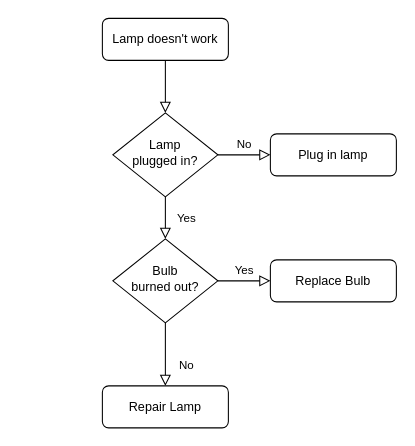
Before: Untitled Diagram.drawio in RockyLOMO/devops-java-sample, a draw.io diagram. Source tidied: cells renumbered, new cells numbered last; positions are measured from the earlier drawing's top-left corner, leaving out a move shared by most shapes. Both pictures are drawn from the tidied source at 105%, with x=0, y=0 at pixel (102, 18).
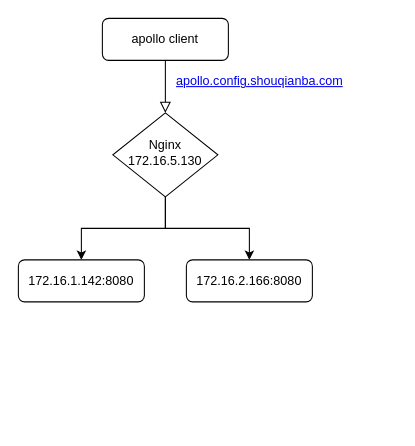
The same page after the edit.

Diff of the diagram source:
```diff
@@
 <mxGraphModel>
   <root>
     <mxCell id="0" />
     <mxCell id="1" parent="0" />
     <mxCell id="2" style="rounded=0;html=1;jettySize=auto;fontSize=11;endArrow=block;endFill=0;endSize=8;strokeWidth=1;shadow=0;labelBackgroundColor=none;edgeStyle=orthogonalEdgeStyle;" parent="1" edge="1" source="3" target="6">
       <mxGeometry relative="1" as="geometry" />
     </mxCell>
-    <mxCell id="3" value="Lamp doesn't work" style="rounded=1;whiteSpace=wrap;html=1;fontSize=12;glass=0;strokeWidth=1;shadow=0;" parent="1" vertex="1">
+    <mxCell id="3" value="apollo client" style="rounded=1;whiteSpace=wrap;html=1;fontSize=12;glass=0;strokeWidth=1;shadow=0;" parent="1" vertex="1">
       <mxGeometry width="120" height="40" as="geometry" />
     </mxCell>
-    <mxCell id="4" value="Yes" style="rounded=0;html=1;jettySize=auto;fontSize=11;endArrow=block;endFill=0;endSize=8;strokeWidth=1;shadow=0;labelBackgroundColor=none;edgeStyle=orthogonalEdgeStyle;" parent="1" edge="1" source="6" target="10">
-      <mxGeometry y="20" relative="1" as="geometry" />
-    </mxCell>
+    <mxCell id="13" style="edgeStyle=orthogonalEdgeStyle;rounded=0;jettySize=auto;html=1;" parent="1" edge="1" source="6" target="12">
+      <mxGeometry relative="1" as="geometry" />
+    </mxCell>
-    <mxCell id="5" value="No" style="edgeStyle=orthogonalEdgeStyle;rounded=0;html=1;jettySize=auto;fontSize=11;endArrow=block;endFill=0;endSize=8;strokeWidth=1;shadow=0;labelBackgroundColor=none;" parent="1" edge="1" source="6" target="7">
-      <mxGeometry y="10" relative="1" as="geometry" />
+    <mxCell id="5" style="edgeStyle=orthogonalEdgeStyle;rounded=0;jettySize=auto;html=1;entryX=0.5;entryY=0;entryDx=0;entryDy=0;" parent="1" edge="1" source="6" target="7">
+      <mxGeometry relative="1" as="geometry" />
     </mxCell>
-    <mxCell id="6" value="Lamp&lt;br&gt;plugged in?" style="rhombus;whiteSpace=wrap;html=1;shadow=0;fontFamily=Helvetica;fontSize=12;align=center;strokeWidth=1;spacing=6;spacingTop=-4;" parent="1" vertex="1">
+    <mxCell id="6" value="Nginx&lt;br&gt;172.16.5.130" style="rhombus;whiteSpace=wrap;html=1;shadow=0;fontFamily=Helvetica;fontSize=12;align=center;strokeWidth=1;spacing=6;spacingTop=-4;" parent="1" vertex="1">
       <mxGeometry x="10" y="90" width="100" height="80" as="geometry" />
     </mxCell>
-    <mxCell id="7" value="Plug in lamp" style="rounded=1;whiteSpace=wrap;html=1;fontSize=12;glass=0;strokeWidth=1;shadow=0;" parent="1" vertex="1">
-      <mxGeometry x="160" y="110" width="120" height="40" as="geometry" />
+    <mxCell id="7" value="172.16.1.142:8080" style="rounded=1;whiteSpace=wrap;html=1;fontSize=12;glass=0;strokeWidth=1;shadow=0;" parent="1" vertex="1">
+      <mxGeometry x="-80" y="230" width="120" height="40" as="geometry" />
     </mxCell>
-    <mxCell id="8" value="No" style="rounded=0;html=1;jettySize=auto;fontSize=11;endArrow=block;endFill=0;endSize=8;strokeWidth=1;shadow=0;labelBackgroundColor=none;edgeStyle=orthogonalEdgeStyle;" parent="1" edge="1" source="10" target="11">
-      <mxGeometry x="0.33" y="20" relative="1" as="geometry" />
-    </mxCell>
-    <mxCell id="9" value="Yes" style="edgeStyle=orthogonalEdgeStyle;rounded=0;html=1;jettySize=auto;fontSize=11;endArrow=block;endFill=0;endSize=8;strokeWidth=1;shadow=0;labelBackgroundColor=none;" parent="1" edge="1" source="10" target="12">
-      <mxGeometry y="10" relative="1" as="geometry" />
-    </mxCell>
-    <mxCell id="10" value="Bulb&lt;br&gt;burned out?" style="rhombus;whiteSpace=wrap;html=1;shadow=0;fontFamily=Helvetica;fontSize=12;align=center;strokeWidth=1;spacing=6;spacingTop=-4;" parent="1" vertex="1">
-      <mxGeometry x="10" y="210" width="100" height="80" as="geometry" />
-    </mxCell>
-    <mxCell id="11" value="Repair Lamp" style="rounded=1;whiteSpace=wrap;html=1;fontSize=12;glass=0;strokeWidth=1;shadow=0;" parent="1" vertex="1">
-      <mxGeometry y="350" width="120" height="40" as="geometry" />
-    </mxCell>
-    <mxCell id="12" value="Replace Bulb" style="rounded=1;whiteSpace=wrap;html=1;fontSize=12;glass=0;strokeWidth=1;shadow=0;" parent="1" vertex="1">
-      <mxGeometry x="160" y="230" width="120" height="40" as="geometry" />
+    <mxCell id="12" value="172.16.2.166:8080" style="rounded=1;whiteSpace=wrap;html=1;fontSize=12;glass=0;strokeWidth=1;shadow=0;" parent="1" vertex="1">
+      <mxGeometry x="80" y="230" width="120" height="40" as="geometry" />
     </mxCell>
+    <mxCell id="14" value="&lt;a href=&quot;http://apollo.config.shouqianba.com&quot;&gt;apollo.config.shouqianba.com&lt;/a&gt;" style="text;html=1;strokeColor=none;fillColor=none;align=center;verticalAlign=middle;whiteSpace=wrap;rounded=0;" parent="1" vertex="1">
+      <mxGeometry x="130" y="50" width="40" height="20" as="geometry" />
+    </mxCell>
   </root>
 </mxGraphModel>
```
